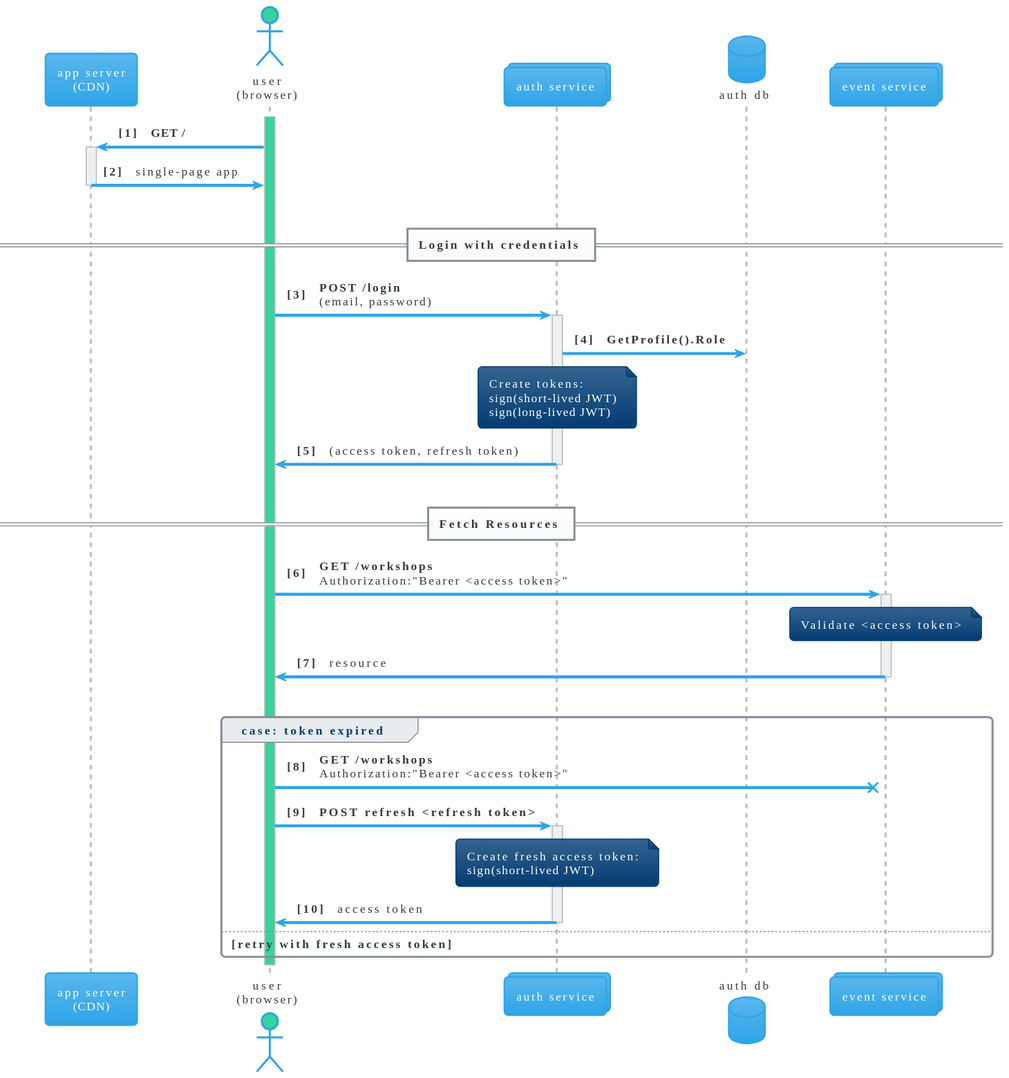
The PlantUML diagram src/data/blog/saas-kit/login-flow.svg in smartnuance/blog, before a commit.
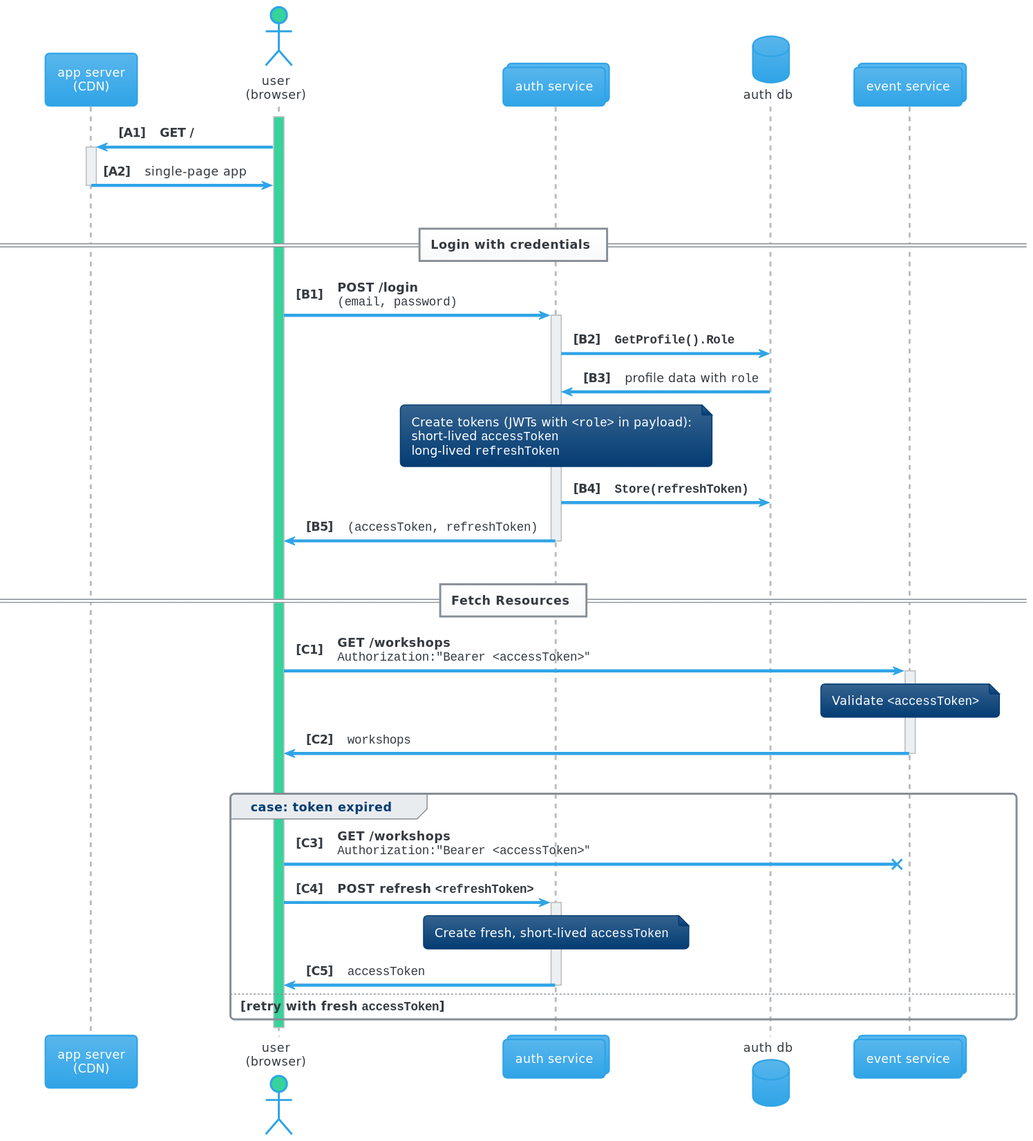
After the change.

The edit, as a diff of the source:
```diff
@@ -1,13 +1,14 @@
 @startuml
 !include https://raw.githubusercontent.com/bschwarz/puml-themes/master/themes/cerulean/puml-theme-cerulean.puml
+skinparam DefaultFontName DejaVu Sans
 
-autonumber 1 1 "<b>[0]"
 participant "app server\n(CDN)" as cdn
 actor "user\n(browser)" as user #36d39a
 collections "auth service" as auth
 database "auth db" as db
 collections "event service" as event
 
+autonumber 1 1 "<b>[A0]"
 activate user #36d39a
 user -> cdn ++: <b>GET /
 user <- cdn --: single-page app
@@ -16,28 +17,32 @@
 
 == Login with credentials ==
 
-user -> auth ++: <b>POST /login\n(email, password)
-auth -> db : <b>GetProfile().Role
-note over auth : Create tokens:\nsign(short-lived JWT)\nsign(long-lived JWT)
-user <- auth --: (access token, refresh token)
+autonumber 1 1 "<b>[B0]"
+user -> auth ++: <b>POST /login\n""(email, password)""
+auth -> db : ""<b>GetProfile().Role""
+auth <- db : profile data with ""role""
+note over auth : Create tokens (JWTs with ""<role>"" in payload):\nshort-lived ""accessToken""\nlong-lived ""refreshToken""
+auth -> db : <b>""Store(refreshToken)""
+user <- auth --: ""(accessToken, refreshToken)""
 
 |||
 
 == Fetch Resources ==
 
-user -> event ++ : <b>GET /workshops\nAuthorization:"Bearer <access token>"
-note over event : Validate <access token>
-user <- event --: resource
+autonumber 1 1 "<b>[C0]"
+user -> event ++ : <b>GET /workshops\n""Authorization:"Bearer <accessToken>"""
+note over event : Validate ""<accessToken>""
+user <- event --: ""workshops""
 
 |||
 
 group case: token expired
 
-    user ->x event : <b>GET /workshops\nAuthorization:"Bearer <access token>"
-    user -> auth ++ : <b>POST refresh <refresh token>
-    note over auth : Create fresh access token:\nsign(short-lived JWT)
-    user <- auth --: access token
+    user ->x event : <b>GET /workshops\n""Authorization:"Bearer <accessToken>"""
+    user -> auth ++ : <b>POST refresh ""<refreshToken>""
+    note over auth : Create fresh, short-lived ""accessToken""
+    user <- auth --: ""accessToken""
 
-else retry with fresh access token
+else retry with fresh ""accessToken""
 end
 @enduml
```
